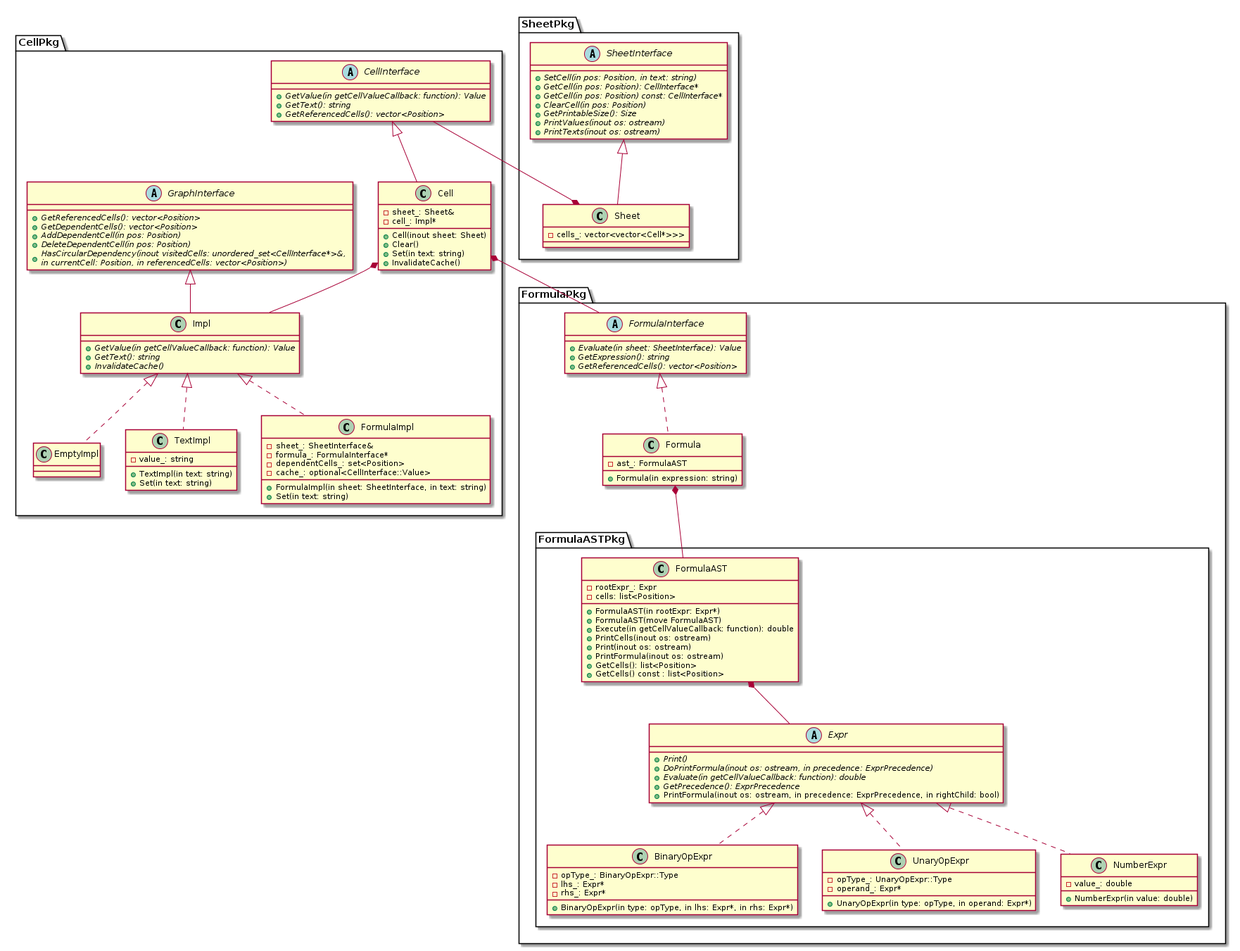
This is uml/png/table.png from kazarynau/YandexPraktikumFinal, a PlantUML export, as it was before one commit.
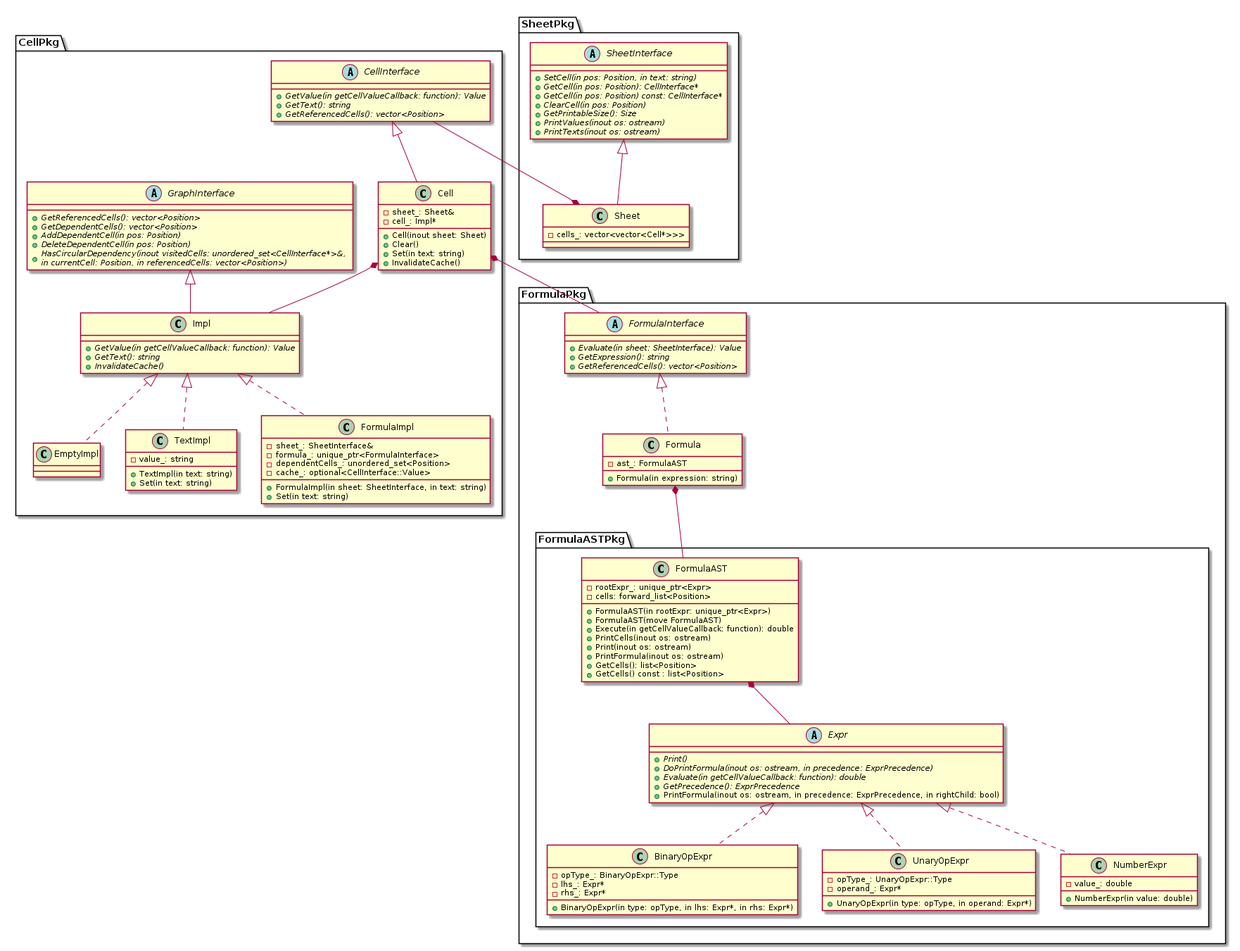
Later version of the same file.

Diff of the diagram source:
```diff
@@ -30,9 +30,10 @@
 class FormulaImpl {
     +FormulaImpl(in sheet: SheetInterface, in text: string)
     +Set(in text: string)
+
     -sheet_: SheetInterface&
-    -formula_: FormulaInterface*
-    -dependentCells_: set<Position>
+    -formula_: unique_ptr<FormulaInterface>
+    -dependentCells_: unordered_set<Position>
     -cache_: optional<CellInterface::Value>
 }
 
@@ -118,7 +119,7 @@
 
 
 class FormulaAST {
-    +FormulaAST(in rootExpr: Expr*)
+    +FormulaAST(in rootExpr: unique_ptr<Expr>)
     +FormulaAST(move FormulaAST)
     +Execute(in getCellValueCallback: function): double
     +PrintCells(inout os: ostream)
@@ -126,8 +127,9 @@
     +PrintFormula(inout os: ostream)
     +GetCells(): list<Position>
     +GetCells() const : list<Position>
-    -rootExpr_: Expr
-    -cells: list<Position>
+
+    -rootExpr_: unique_ptr<Expr>
+    -cells: forward_list<Position>
 }
 
 FormulaAST *-r- Expr
```
